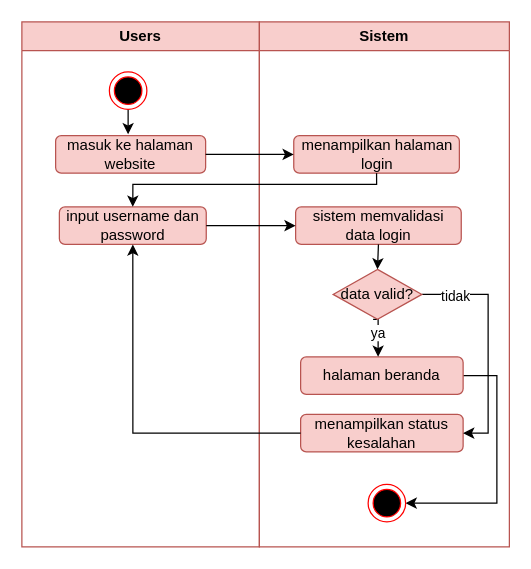
Above: page "LOGIN" (5 of 6) of Diagram Tanpa Judul.drawio in bayudani/diagram (draw.io), before the change. Source tidied: cells renumbered, new cells numbered last; positions are measured from the earlier drawing's top-left corner, leaving out a move shared by most shapes. Both pictures are drawn from the tidied source at 125%, with x=0, y=0 at pixel (21, 21).
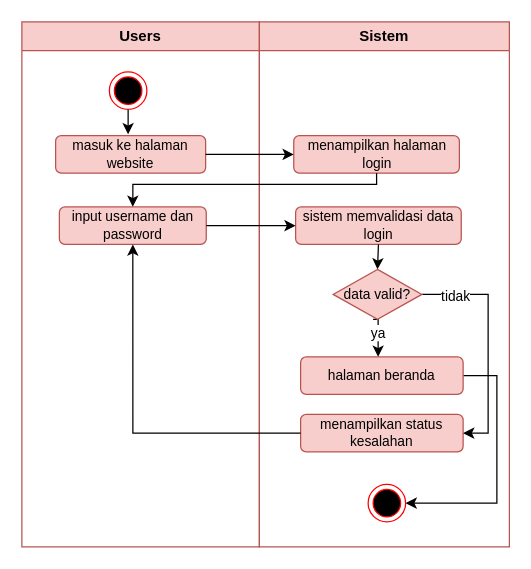
The same page after the edit.

The change refers to these unchanged cells:
```xml
<mxCell id="2" value="Users" style="swimlane;whiteSpace=wrap;html=1;fillColor=#f8cecc;strokeColor=#b85450;" parent="1" vertex="1">
  <mxGeometry width="190" height="420" as="geometry" />
</mxCell>
<mxCell id="7" value="Sistem" style="swimlane;whiteSpace=wrap;html=1;fillColor=#f8cecc;strokeColor=#b85450;" parent="1" vertex="1">
  <mxGeometry x="190" width="200" height="420" as="geometry" />
</mxCell>
```

Diff of the diagram source:
```diff
@@
-    <mxCell id="5" value="masuk ke halaman website" style="rounded=1;whiteSpace=wrap;html=1;fillColor=#f8cecc;strokeColor=#b85450;" parent="2" vertex="1">
+    <mxCell id="5" value="masuk ke halaman website" style="rounded=1;whiteSpace=wrap;html=1;fillColor=#f8cecc;strokeColor=#b85450;fontSize=11;" parent="2" vertex="1">
       <mxGeometry x="27" y="91" width="120" height="30" as="geometry" />
     </mxCell>
-    <mxCell id="6" value="input username dan password" style="rounded=1;whiteSpace=wrap;html=1;fillColor=#f8cecc;strokeColor=#b85450;" parent="2" vertex="1">
+    <mxCell id="6" value="input username dan password" style="rounded=1;whiteSpace=wrap;html=1;fillColor=#f8cecc;strokeColor=#b85450;fontSize=11;" parent="2" vertex="1">
       <mxGeometry x="30" y="148" width="117.5" height="30" as="geometry" />
     </mxCell>
@@
-    <mxCell id="8" value="menampilkan halaman login" style="rounded=1;whiteSpace=wrap;html=1;fillColor=#f8cecc;strokeColor=#b85450;" parent="7" vertex="1">
+    <mxCell id="8" value="menampilkan halaman login" style="rounded=1;whiteSpace=wrap;html=1;fillColor=#f8cecc;strokeColor=#b85450;fontSize=11;" parent="7" vertex="1">
       <mxGeometry x="27.5" y="91" width="132.5" height="30" as="geometry" />
     </mxCell>
-    <mxCell id="9" value="sistem memvalidasi data login" style="rounded=1;whiteSpace=wrap;html=1;fillColor=#f8cecc;strokeColor=#b85450;" parent="7" vertex="1">
+    <mxCell id="9" value="sistem memvalidasi data login" style="rounded=1;whiteSpace=wrap;html=1;fillColor=#f8cecc;strokeColor=#b85450;fontSize=11;" parent="7" vertex="1">
       <mxGeometry x="29" y="148" width="132.5" height="30" as="geometry" />
     </mxCell>
@@
-    <mxCell id="11" value="halaman beranda" style="rounded=1;whiteSpace=wrap;html=1;fillColor=#f8cecc;strokeColor=#b85450;" parent="7" vertex="1">
+    <mxCell id="11" value="halaman beranda" style="rounded=1;whiteSpace=wrap;html=1;fillColor=#f8cecc;strokeColor=#b85450;fontSize=11;" parent="7" vertex="1">
       <mxGeometry x="33" y="268" width="130" height="30" as="geometry" />
     </mxCell>
-    <mxCell id="12" value="menampilkan status kesalahan" style="rounded=1;whiteSpace=wrap;html=1;fillColor=#f8cecc;strokeColor=#b85450;" parent="7" vertex="1">
+    <mxCell id="12" value="menampilkan status kesalahan" style="rounded=1;whiteSpace=wrap;html=1;fillColor=#f8cecc;strokeColor=#b85450;fontSize=11;" parent="7" vertex="1">
       <mxGeometry x="33" y="314" width="130" height="30" as="geometry" />
     </mxCell>
@@
-    <mxCell id="18" value="data valid?" style="rhombus;whiteSpace=wrap;html=1;fillColor=#f8cecc;strokeColor=#b85450;" parent="1" vertex="1">
+    <mxCell id="18" value="data valid?" style="rhombus;whiteSpace=wrap;html=1;fillColor=#f8cecc;strokeColor=#b85450;fontSize=11;" parent="1" vertex="1">
       <mxGeometry x="249" y="198" width="71" height="40" as="geometry" />
     </mxCell>
```
